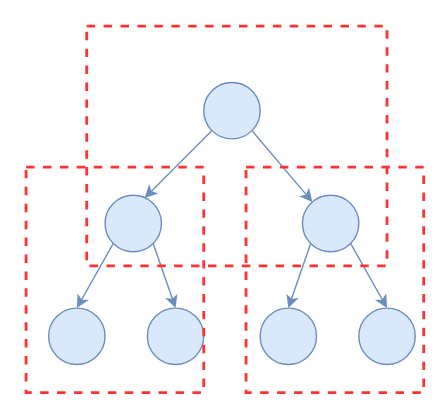
Before: algorithm/堆排序-从倒数第二做heapify.drawio in erlieStar/diagrams, a draw.io diagram. Source tidied: cells renumbered, new cells numbered last; positions are measured from the earlier drawing's top-left corner, leaving out a move shared by most shapes. Both pictures are drawn from the tidied source at 141%, with x=0, y=0 at pixel (25, 25).
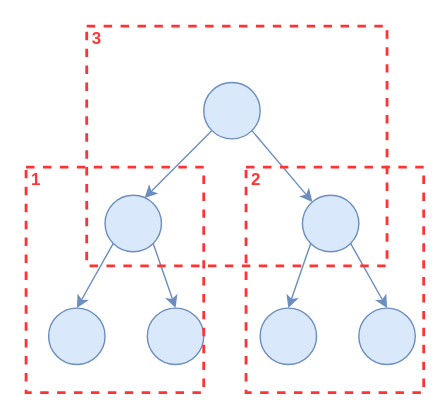
Above is the later version.

Commit message (it also covers changes not shown here):
Update 堆排序-从倒数第二做heapify.drawio

What changed in the source:
```diff
@@
 <mxGraphModel>
   <root>
     <mxCell id="0" />
     <mxCell id="1" parent="0" />
     <mxCell id="2" style="rounded=0;jettySize=auto;html=1;exitX=0;exitY=1;exitDx=0;exitDy=0;entryX=0.7;entryY=0.05;entryDx=0;entryDy=0;entryPerimeter=0;fillColor=#dae8fc;strokeColor=#6c8ebf;" parent="1" edge="1" source="4" target="7">
       <mxGeometry relative="1" as="geometry" />
     </mxCell>
     <mxCell id="3" style="edgeStyle=none;rounded=0;jettySize=auto;html=1;exitX=1;exitY=1;exitDx=0;exitDy=0;fillColor=#dae8fc;strokeColor=#6c8ebf;" parent="1" edge="1" source="4" target="10">
       <mxGeometry relative="1" as="geometry" />
     </mxCell>
     <mxCell id="4" style="ellipse;whiteSpace=wrap;html=1;fillColor=#dae8fc;strokeColor=#6c8ebf;" parent="1" vertex="1">
       <mxGeometry x="126" y="40" width="40" height="40" as="geometry" />
     </mxCell>
     <mxCell id="5" style="edgeStyle=none;rounded=0;jettySize=auto;html=1;exitX=0;exitY=1;exitDx=0;exitDy=0;entryX=0.5;entryY=0;entryDx=0;entryDy=0;fillColor=#dae8fc;strokeColor=#6c8ebf;" parent="1" edge="1" source="7" target="11">
       <mxGeometry relative="1" as="geometry" />
     </mxCell>
     <mxCell id="6" style="edgeStyle=none;rounded=0;jettySize=auto;html=1;exitX=1;exitY=1;exitDx=0;exitDy=0;entryX=0.5;entryY=0;entryDx=0;entryDy=0;fillColor=#dae8fc;strokeColor=#6c8ebf;" parent="1" edge="1" source="7" target="12">
       <mxGeometry relative="1" as="geometry" />
     </mxCell>
     <mxCell id="7" style="ellipse;whiteSpace=wrap;html=1;fillColor=#dae8fc;strokeColor=#6c8ebf;" parent="1" vertex="1">
       <mxGeometry x="56" y="120" width="40" height="40" as="geometry" />
     </mxCell>
     <mxCell id="8" style="edgeStyle=none;rounded=0;jettySize=auto;html=1;exitX=0;exitY=1;exitDx=0;exitDy=0;entryX=0.5;entryY=0;entryDx=0;entryDy=0;fillColor=#dae8fc;strokeColor=#6c8ebf;" parent="1" edge="1" source="10">
       <mxGeometry relative="1" as="geometry">
         <mxPoint x="186" y="200" as="targetPoint" />
       </mxGeometry>
     </mxCell>
     <mxCell id="9" style="rounded=0;jettySize=auto;html=1;exitX=1;exitY=1;exitDx=0;exitDy=0;entryX=0.5;entryY=0;entryDx=0;entryDy=0;fillColor=#dae8fc;strokeColor=#6c8ebf;" parent="1" edge="1" source="10" target="14">
       <mxGeometry relative="1" as="geometry" />
     </mxCell>
     <mxCell id="10" style="ellipse;whiteSpace=wrap;html=1;fillColor=#dae8fc;strokeColor=#6c8ebf;" parent="1" vertex="1">
       <mxGeometry x="196" y="120" width="40" height="40" as="geometry" />
     </mxCell>
     <mxCell id="11" style="ellipse;whiteSpace=wrap;html=1;fillColor=#dae8fc;strokeColor=#6c8ebf;" parent="1" vertex="1">
       <mxGeometry x="16" y="200" width="40" height="40" as="geometry" />
     </mxCell>
     <mxCell id="12" style="ellipse;whiteSpace=wrap;html=1;fillColor=#dae8fc;strokeColor=#6c8ebf;" parent="1" vertex="1">
       <mxGeometry x="86" y="200" width="40" height="40" as="geometry" />
     </mxCell>
     <mxCell id="13" style="ellipse;whiteSpace=wrap;html=1;fillColor=#dae8fc;strokeColor=#6c8ebf;" parent="1" vertex="1">
       <mxGeometry x="166" y="200" width="40" height="40" as="geometry" />
     </mxCell>
     <mxCell id="14" style="ellipse;whiteSpace=wrap;html=1;fillColor=#dae8fc;strokeColor=#6c8ebf;" parent="1" vertex="1">
       <mxGeometry x="236" y="200" width="40" height="40" as="geometry" />
     </mxCell>
-    <mxCell id="15" style="html=1;fontColor=#FF3333;fontStyle=1;align=left;verticalAlign=top;spacing=0;labelBorderColor=none;fillColor=none;dashed=1;strokeWidth=2;strokeColor=#FF3333;spacingLeft=4;spacingTop=-3;" parent="1" vertex="1">
+    <mxCell id="15" value="1" style="html=1;fontColor=#FF3333;fontStyle=1;align=left;verticalAlign=top;spacing=0;labelBorderColor=none;fillColor=none;dashed=1;strokeWidth=2;strokeColor=#FF3333;spacingLeft=4;spacingTop=-3;" parent="1" vertex="1">
       <mxGeometry y="100" width="126" height="160" as="geometry" />
     </mxCell>
-    <mxCell id="16" style="html=1;fontColor=#FF3333;fontStyle=1;align=left;verticalAlign=top;spacing=0;labelBorderColor=none;fillColor=none;dashed=1;strokeWidth=2;strokeColor=#FF3333;spacingLeft=4;spacingTop=-3;" parent="1" vertex="1">
+    <mxCell id="16" value="2" style="html=1;fontColor=#FF3333;fontStyle=1;align=left;verticalAlign=top;spacing=0;labelBorderColor=none;fillColor=none;dashed=1;strokeWidth=2;strokeColor=#FF3333;spacingLeft=4;spacingTop=-3;" parent="1" vertex="1">
       <mxGeometry x="156" y="100" width="126" height="160" as="geometry" />
     </mxCell>
-    <mxCell id="17" style="html=1;fontColor=#FF3333;fontStyle=1;align=left;verticalAlign=top;spacing=0;labelBorderColor=none;fillColor=none;dashed=1;strokeWidth=2;strokeColor=#FF3333;spacingLeft=4;spacingTop=-3;" parent="1" vertex="1">
+    <mxCell id="17" value="3" style="html=1;fontColor=#FF3333;fontStyle=1;align=left;verticalAlign=top;spacing=0;labelBorderColor=none;fillColor=none;dashed=1;strokeWidth=2;strokeColor=#FF3333;spacingLeft=4;spacingTop=-3;" parent="1" vertex="1">
       <mxGeometry x="43" width="213" height="170" as="geometry" />
     </mxCell>
   </root>
 </mxGraphModel>
```
